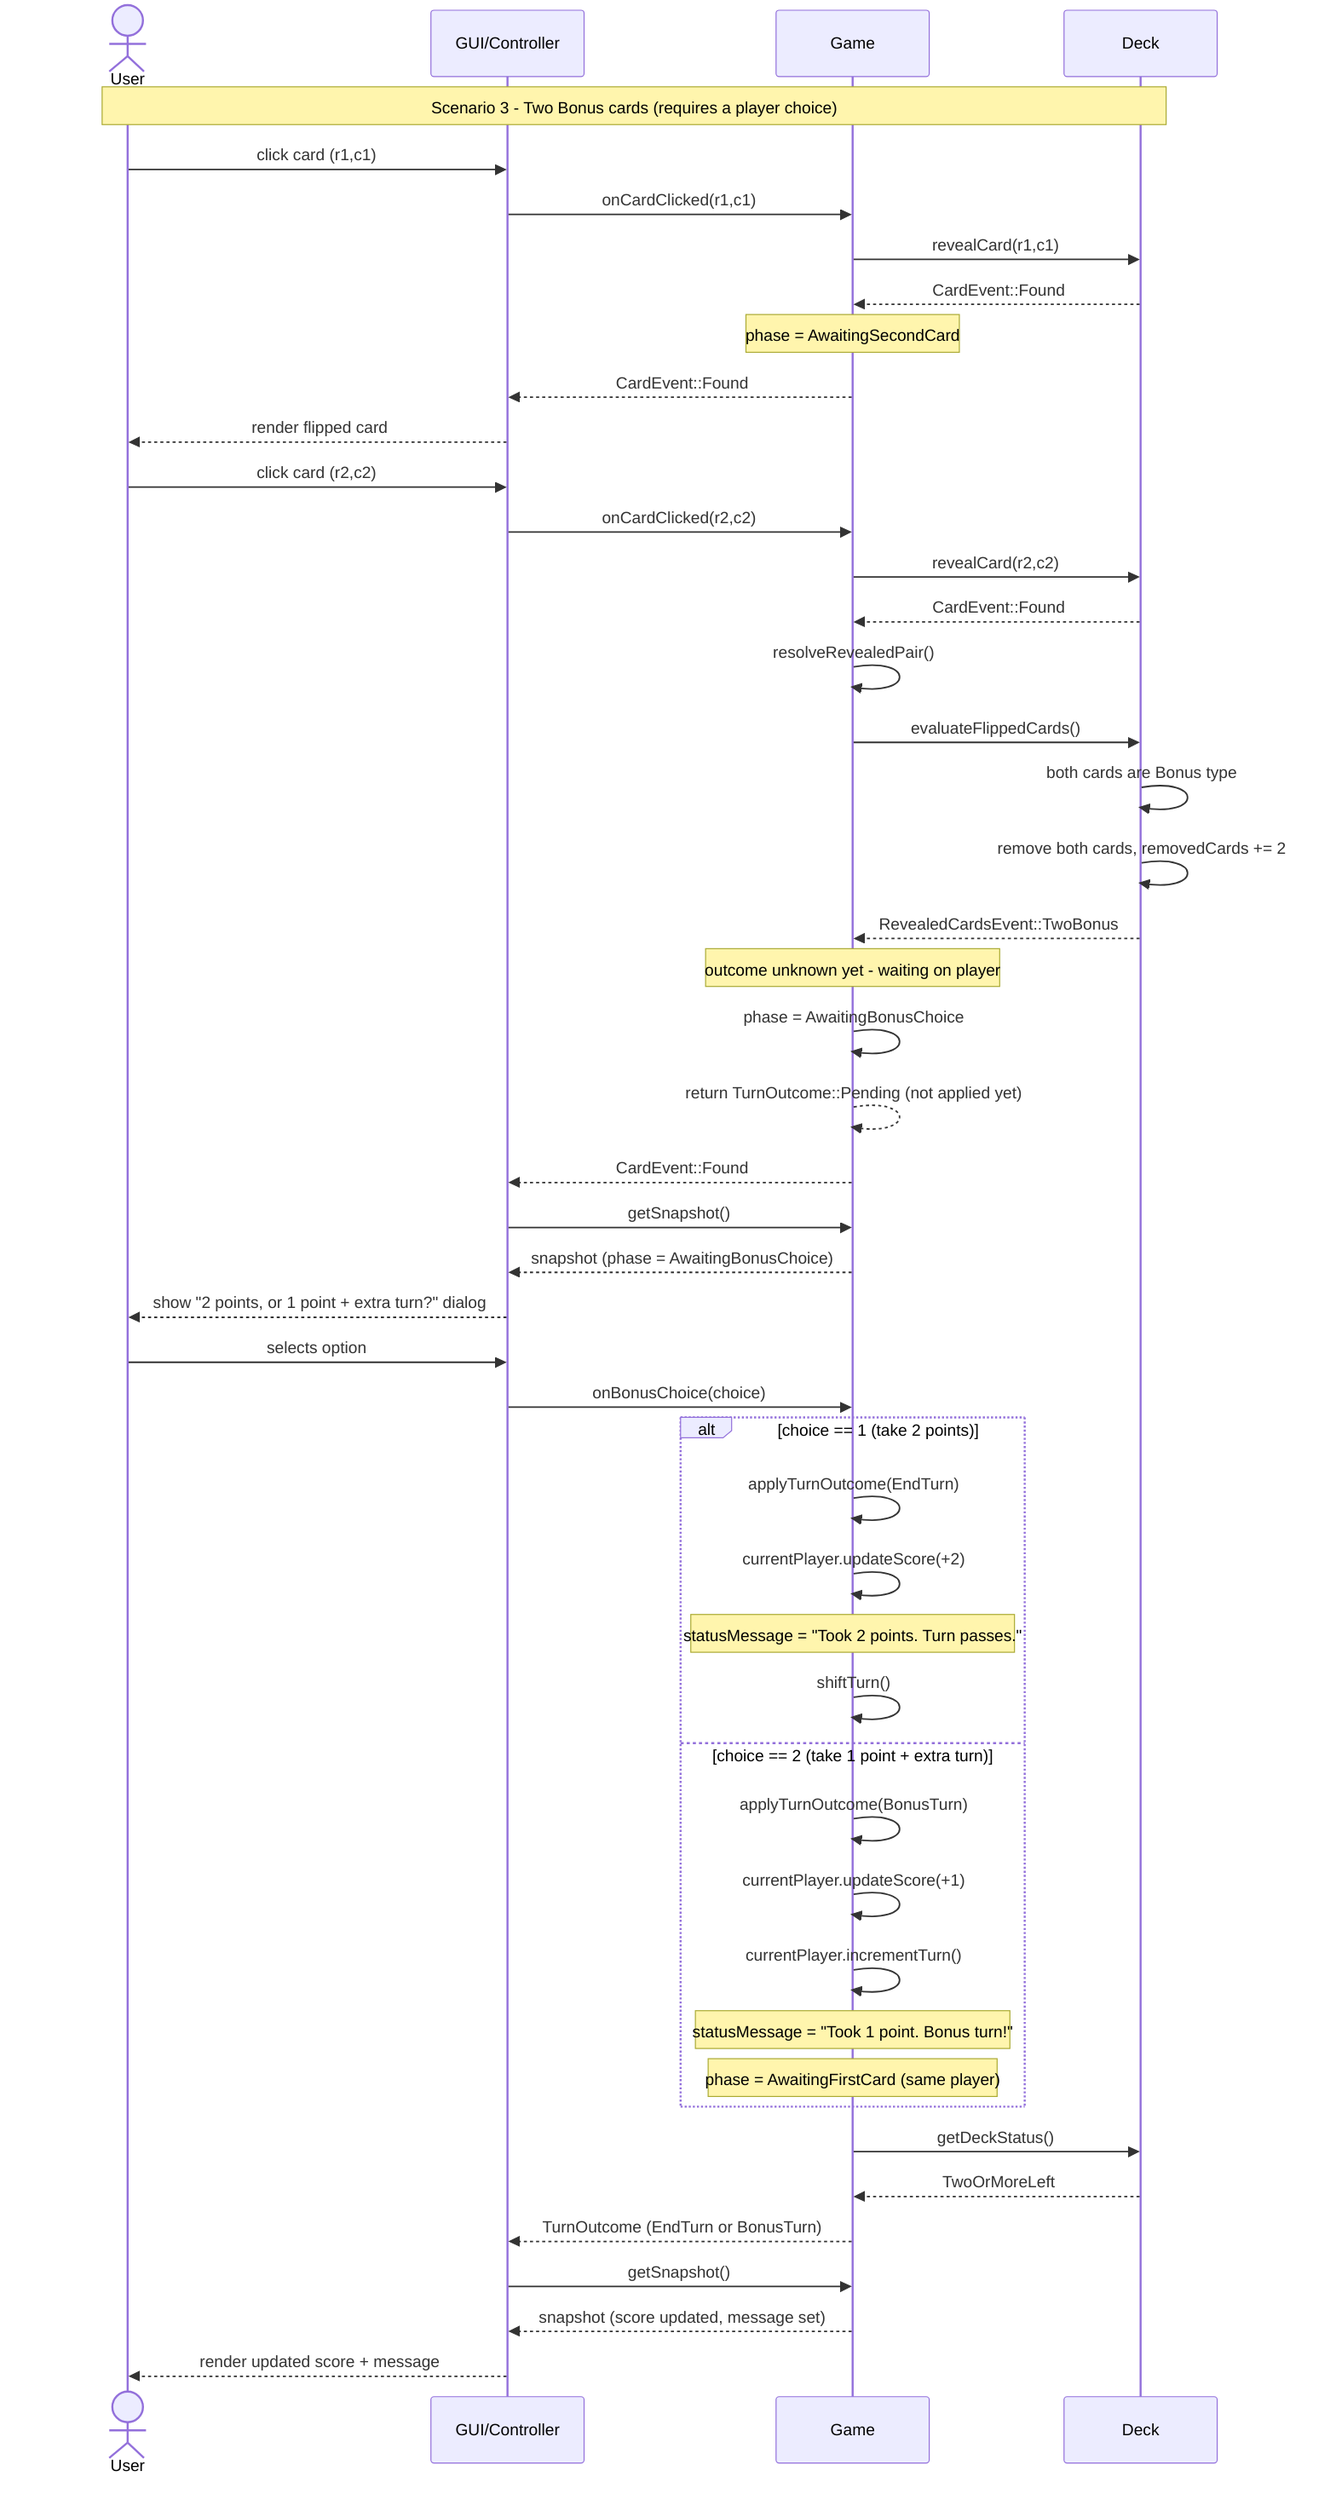
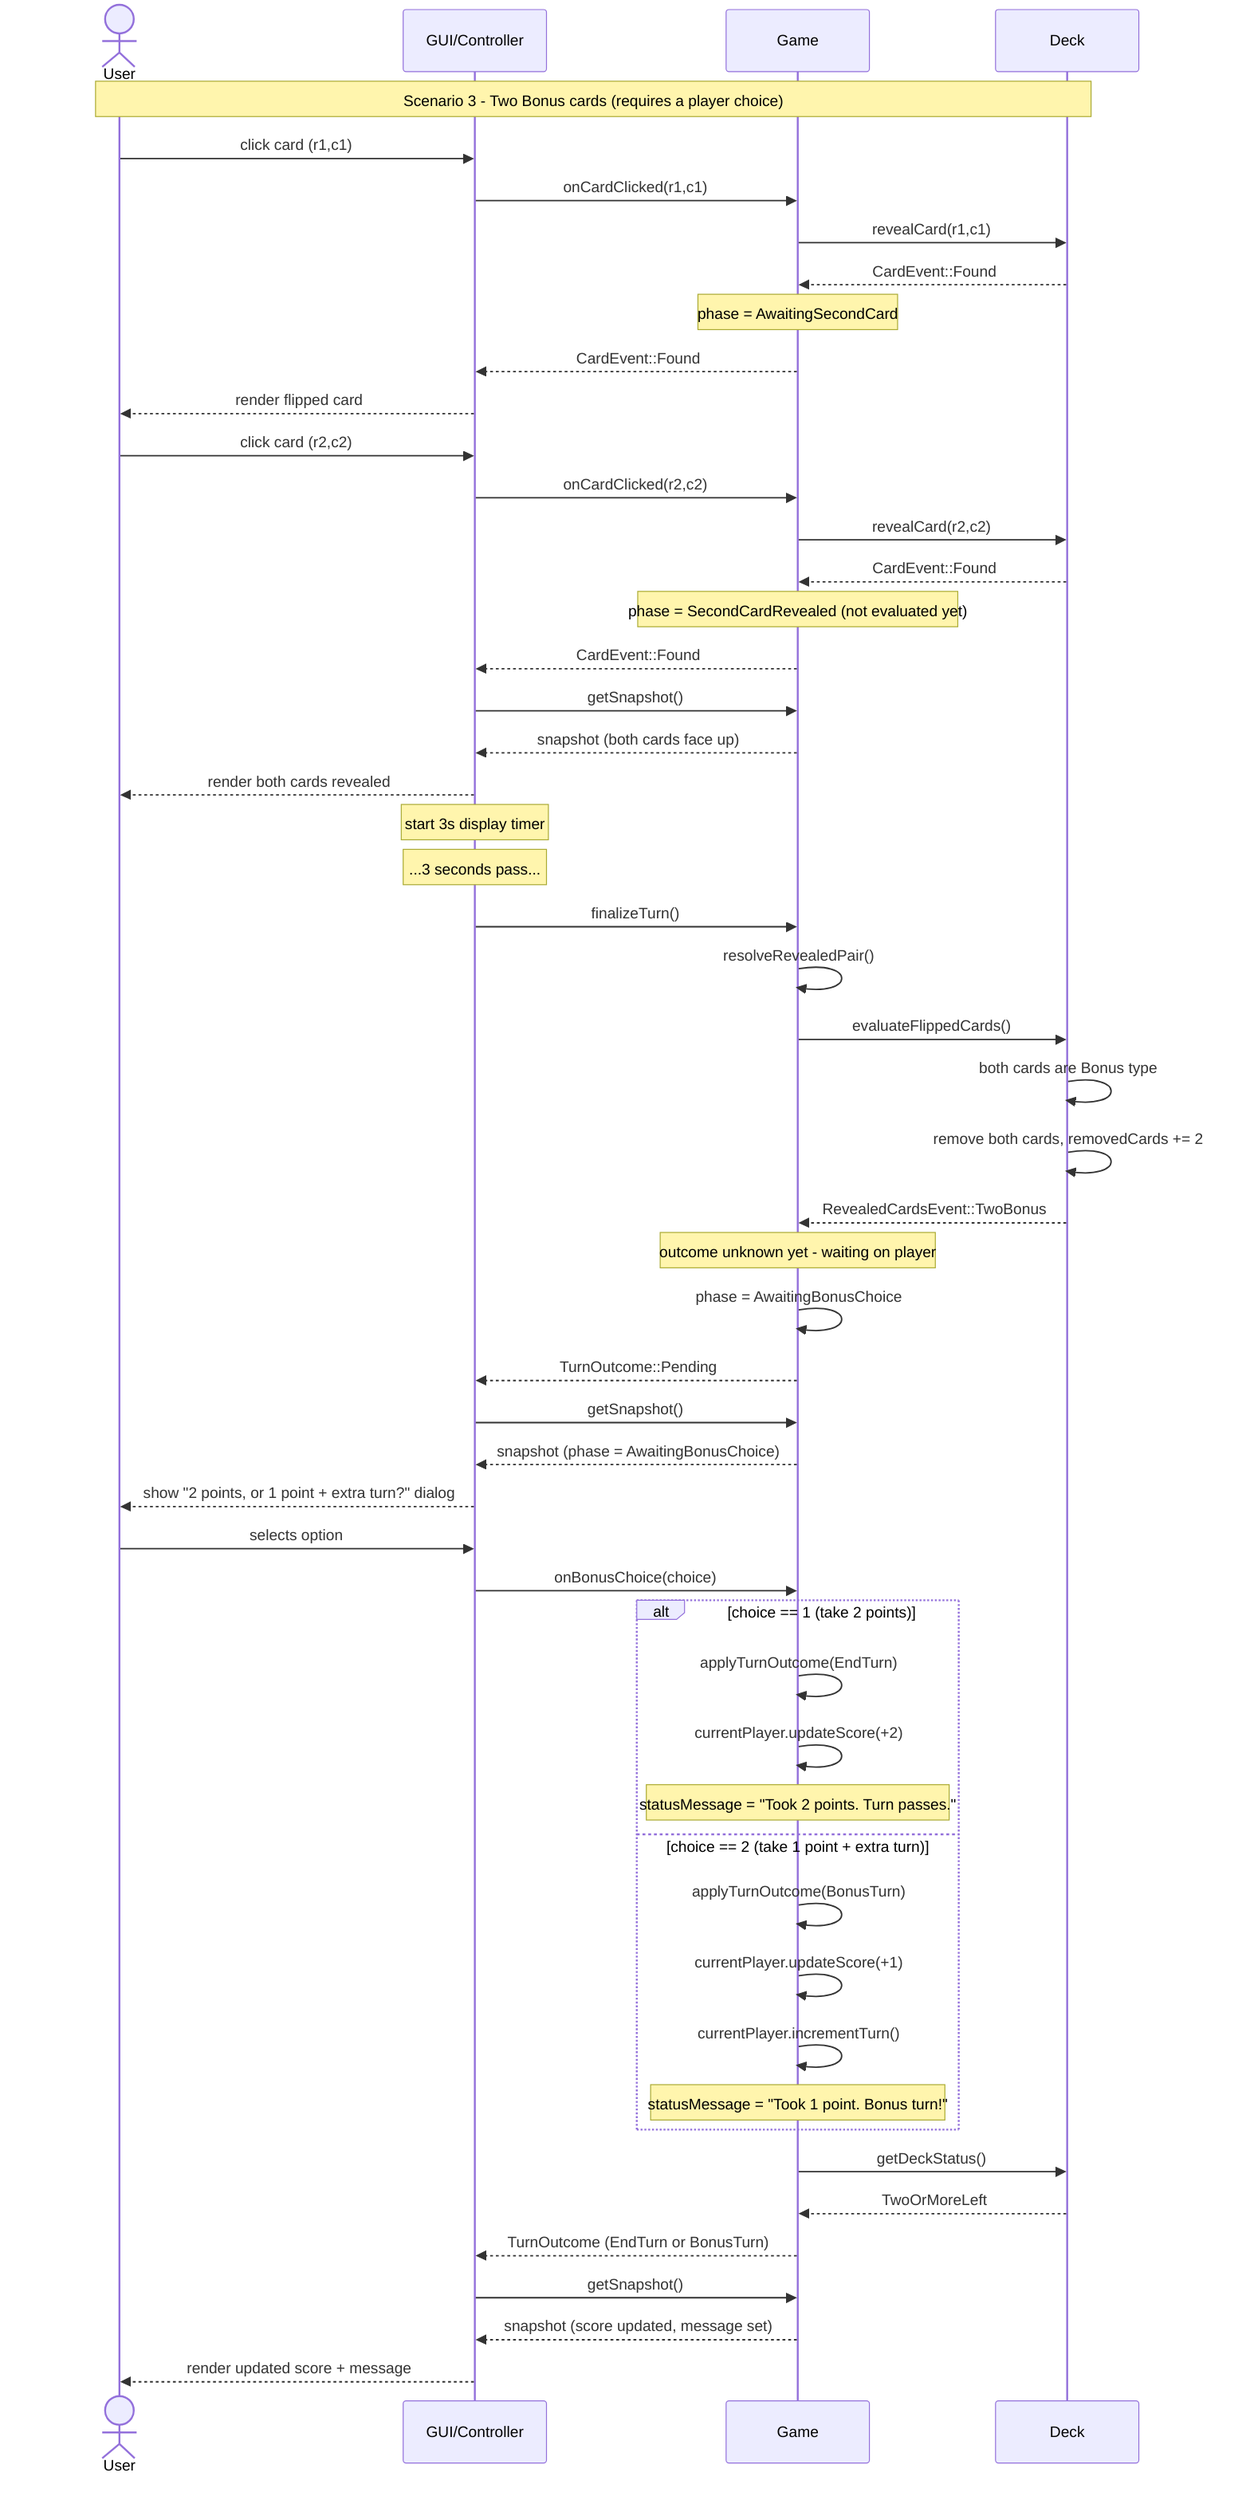
sequenceDiagram
    actor U as User
    participant GUI as GUI/Controller
    participant G as Game
    participant D as Deck

    Note over U,D: Scenario 3 - Two Bonus cards (requires a player choice)

    U->>GUI: click card (r1,c1)
    GUI->>G: onCardClicked(r1,c1)
    G->>D: revealCard(r1,c1)
    D-->>G: CardEvent::Found
    Note over G: phase = AwaitingSecondCard
    G-->>GUI: CardEvent::Found
    GUI-->>U: render flipped card

    U->>GUI: click card (r2,c2)
    GUI->>G: onCardClicked(r2,c2)
    G->>D: revealCard(r2,c2)
    D-->>G: CardEvent::Found
+     Note over G: phase = SecondCardRevealed (not evaluated yet)
+     G-->>GUI: CardEvent::Found
+     GUI->>G: getSnapshot()
+     G-->>GUI: snapshot (both cards face up)
+     GUI-->>U: render both cards revealed
+     Note over GUI: start 3s display timer
+ 
+     Note over GUI: ...3 seconds pass...
+     GUI->>G: finalizeTurn()
    G->>G: resolveRevealedPair()
    G->>D: evaluateFlippedCards()
    D->>D: both cards are Bonus type
    D->>D: remove both cards, removedCards += 2
    D-->>G: RevealedCardsEvent::TwoBonus
    Note over G: outcome unknown yet - waiting on player
    G->>G: phase = AwaitingBonusChoice
-     G-->>G: return TurnOutcome::Pending (not applied yet)
-     G-->>GUI: CardEvent::Found
+     G-->>GUI: TurnOutcome::Pending
    GUI->>G: getSnapshot()
    G-->>GUI: snapshot (phase = AwaitingBonusChoice)
    GUI-->>U: show "2 points, or 1 point + extra turn?" dialog

    U->>GUI: selects option
    GUI->>G: onBonusChoice(choice)

    alt choice == 1 (take 2 points)
        G->>G: applyTurnOutcome(EndTurn)
        G->>G: currentPlayer.updateScore(+2)
        Note over G: statusMessage = "Took 2 points. Turn passes."
-         G->>G: shiftTurn()
    else choice == 2 (take 1 point + extra turn)
        G->>G: applyTurnOutcome(BonusTurn)
        G->>G: currentPlayer.updateScore(+1)
        G->>G: currentPlayer.incrementTurn()
        Note over G: statusMessage = "Took 1 point. Bonus turn!"
-         Note over G: phase = AwaitingFirstCard (same player)
    end

    G->>D: getDeckStatus()
    D-->>G: TwoOrMoreLeft
    G-->>GUI: TurnOutcome (EndTurn or BonusTurn)
    GUI->>G: getSnapshot()
    G-->>GUI: snapshot (score updated, message set)
    GUI-->>U: render updated score + message
